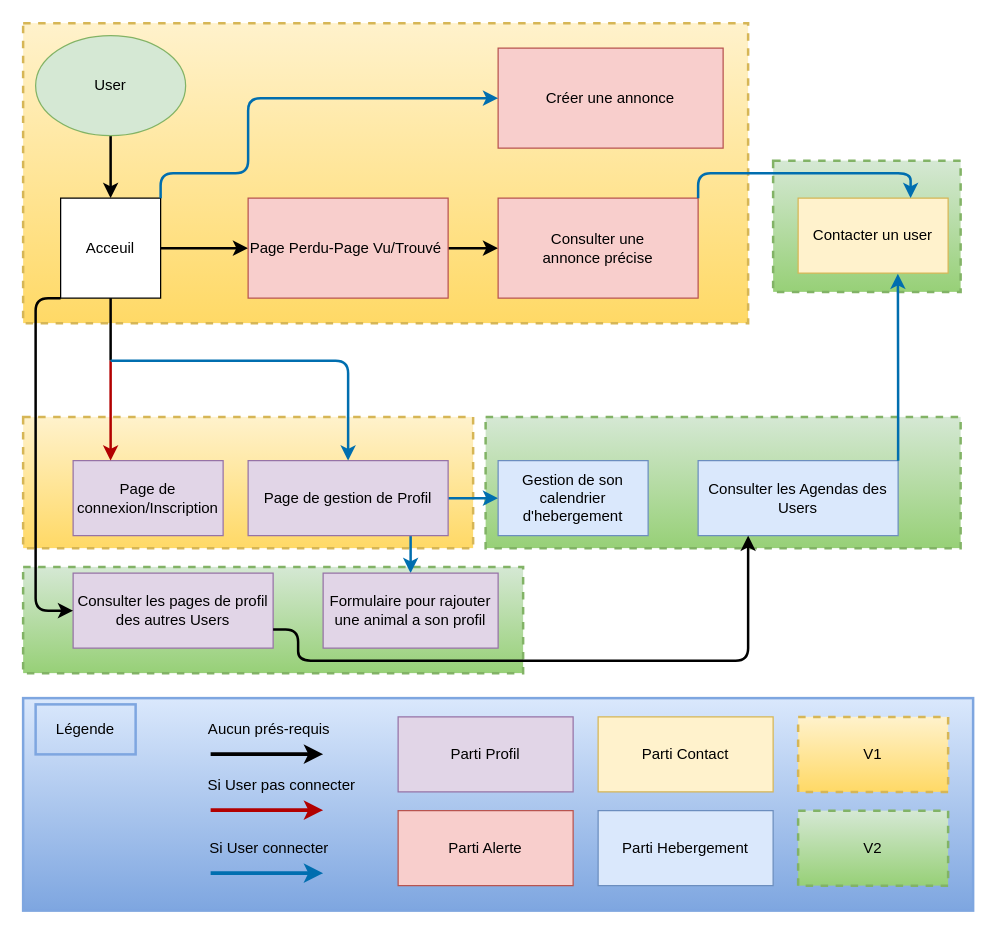
The draw.io diagram assets/navigation map.drawio in herbetelem/Projet-3, before the edit. Source tidied: cells renumbered, new cells numbered last; positions are measured from the earlier drawing's top-left corner, leaving out a move shared by most shapes. Both pictures are drawn from the tidied source at 125%, with x=0, y=0 at pixel (22, 22).
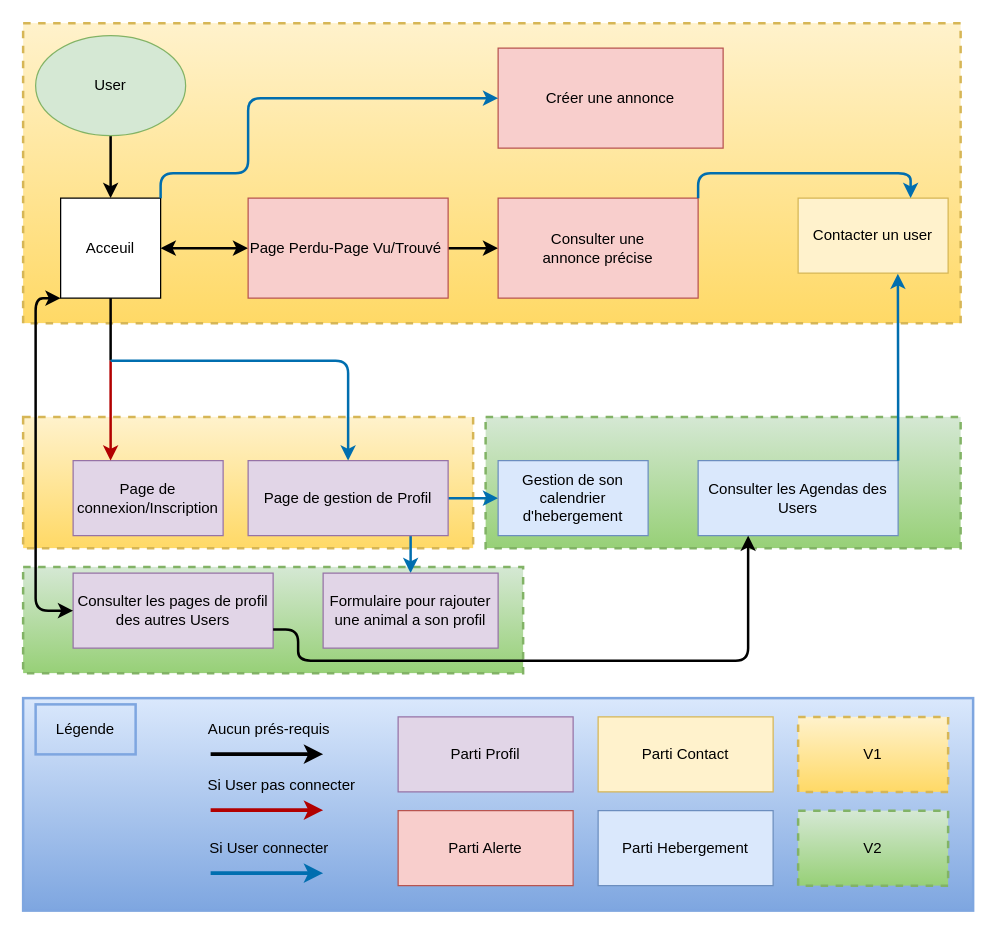
The same diagram, later.

Unchanged cells that the change refers to:
```xml
<mxCell id="11" value="Acceuil" style="whiteSpace=wrap;html=1;" parent="1" vertex="1">
  <mxGeometry x="30" y="140" width="80" height="80" as="geometry" />
</mxCell>
<mxCell id="13" value="&lt;span&gt;Page Perdu-Page Vu/Trouvé&amp;nbsp;&lt;/span&gt;" style="rounded=0;whiteSpace=wrap;html=1;fillColor=#f8cecc;strokeColor=#b85450;" parent="1" vertex="1">
  <mxGeometry x="180" y="140" width="160" height="80" as="geometry" />
</mxCell>
<mxCell id="23" value="Consulter les pages de profil des autres Users" style="rounded=0;whiteSpace=wrap;html=1;strokeWidth=1;fillColor=#e1d5e7;strokeColor=#9673a6;" parent="1" vertex="1">
  <mxGeometry x="40" y="440" width="160" height="60" as="geometry" />
</mxCell>
```

Change to the diagram source:
```diff
@@
-    <mxCell id="2" style="rounded=0;whiteSpace=wrap;html=1;strokeWidth=2;dashed=1;gradientColor=#97d077;fillColor=#d5e8d4;strokeColor=#82b366;" parent="1" vertex="1">
-      <mxGeometry x="600" y="110" width="150" height="105" as="geometry" />
-    </mxCell>
@@
     <mxCell id="7" style="rounded=0;whiteSpace=wrap;html=1;strokeWidth=2;dashed=1;gradientColor=#ffd966;fillColor=#fff2cc;strokeColor=#d6b656;" parent="1" vertex="1">
-      <mxGeometry width="580" height="240" as="geometry" />
+      <mxGeometry width="750" height="240" as="geometry" />
     </mxCell>
@@
-    <mxCell id="10" style="edgeStyle=orthogonalEdgeStyle;rounded=0;jettySize=auto;html=1;strokeWidth=2;" parent="1" edge="1" source="11" target="13">
+    <mxCell id="10" style="edgeStyle=orthogonalEdgeStyle;rounded=0;jettySize=auto;html=1;strokeWidth=2;startArrow=classic;startFill=1;" parent="1" edge="1" source="11" target="13">
       <mxGeometry relative="1" as="geometry" />
     </mxCell>
@@
-    <mxCell id="24" style="endArrow=classic;html=1;entryX=0;entryY=0.5;entryDx=0;entryDy=0;exitX=0;exitY=1;exitDx=0;exitDy=0;strokeWidth=2;" parent="1" edge="1" source="11" target="23">
+    <mxCell id="24" style="endArrow=classic;html=1;entryX=0;entryY=0.5;entryDx=0;entryDy=0;exitX=0;exitY=1;exitDx=0;exitDy=0;strokeWidth=2;startArrow=classic;startFill=1;" parent="1" edge="1" source="11" target="23">
       <mxGeometry relative="1" as="geometry">
         <Array as="points">
           <mxPoint x="10" y="220" />
           <mxPoint x="10" y="470" />
         </Array>
       </mxGeometry>
     </mxCell>
```
